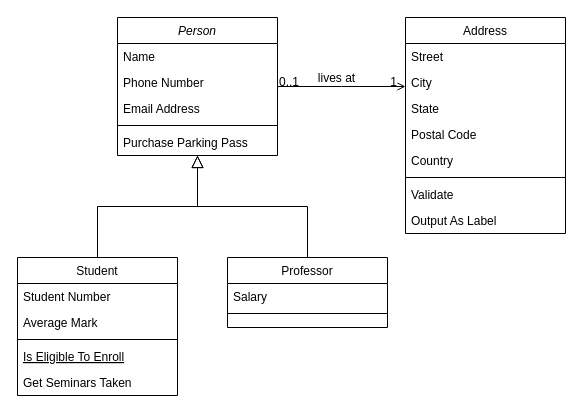
Earlier version of the draw.io diagram Untitled Diagram.drawio (discospiff/GitHubActionsDemo). Source tidied: cells renumbered, new cells numbered last; positions are measured from the earlier drawing's top-left corner, leaving out a move shared by most shapes. Both pictures are drawn from the tidied source at 100%, with x=0, y=0 at pixel (17, 17).
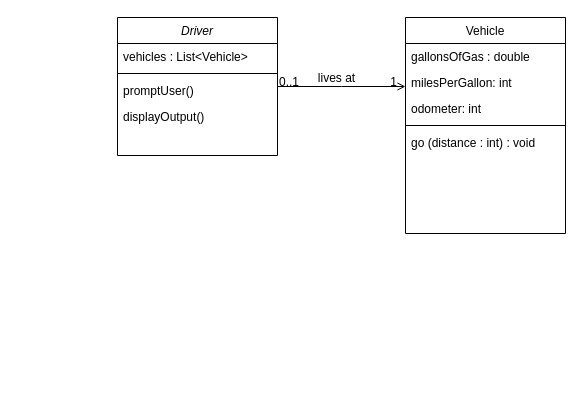
Above is the later version.

Commit message (it also covers changes not shown here):
GH Actions Class Diagram

Change to the diagram source:
```diff
@@
-    <mxCell id="2" value="Person" style="swimlane;fontStyle=2;align=center;verticalAlign=top;horizontal=1;startSize=26;rounded=0;shadow=0;strokeWidth=1;" parent="1" vertex="1">
+    <mxCell id="2" value="Driver" style="swimlane;fontStyle=2;align=center;verticalAlign=top;horizontal=1;startSize=26;rounded=0;shadow=0;strokeWidth=1;" parent="1" vertex="1">
       <mxGeometry x="100" width="160" height="138" as="geometry" />
     </mxCell>
-    <mxCell id="3" value="Name" style="text;align=left;verticalAlign=top;spacingLeft=4;spacingRight=4;overflow=hidden;" parent="2" vertex="1">
-      <mxGeometry y="26" width="160" height="26" as="geometry" />
-    </mxCell>
-    <mxCell id="4" value="Phone Number" style="text;align=left;verticalAlign=top;spacingLeft=4;spacingRight=4;overflow=hidden;rounded=0;shadow=0;html=0;" parent="2" vertex="1">
-      <mxGeometry y="52" width="160" height="26" as="geometry" />
+    <mxCell id="4" value="vehicles : List&lt;Vehicle&gt;" style="text;align=left;verticalAlign=top;spacingLeft=4;spacingRight=4;overflow=hidden;rounded=0;shadow=0;html=0;" parent="2" vertex="1">
+      <mxGeometry y="26" width="160" height="26" as="geometry" />
     </mxCell>
-    <mxCell id="5" value="Email Address" style="text;align=left;verticalAlign=top;spacingLeft=4;spacingRight=4;overflow=hidden;rounded=0;shadow=0;html=0;" parent="2" vertex="1">
-      <mxGeometry y="78" width="160" height="26" as="geometry" />
-    </mxCell>
     <mxCell id="6" style="line;html=1;strokeWidth=1;align=left;verticalAlign=middle;spacingTop=-1;spacingLeft=3;spacingRight=3;labelPosition=right;" parent="2" vertex="1">
-      <mxGeometry y="104" width="160" height="8" as="geometry" />
+      <mxGeometry y="52" width="160" height="8" as="geometry" />
     </mxCell>
-    <mxCell id="7" value="Purchase Parking Pass" style="text;align=left;verticalAlign=top;spacingLeft=4;spacingRight=4;overflow=hidden;" parent="2" vertex="1">
-      <mxGeometry y="112" width="160" height="26" as="geometry" />
+    <mxCell id="7" value="promptUser()" style="text;align=left;verticalAlign=top;spacingLeft=4;spacingRight=4;overflow=hidden;" parent="2" vertex="1">
+      <mxGeometry y="60" width="160" height="26" as="geometry" />
     </mxCell>
-    <mxCell id="8" value="Student" style="swimlane;fontStyle=0;align=center;verticalAlign=top;horizontal=1;startSize=26;rounded=0;shadow=0;strokeWidth=1;" parent="1" vertex="1">
-      <mxGeometry y="240" width="160" height="138" as="geometry" />
-    </mxCell>
-    <mxCell id="9" value="Student Number" style="text;align=left;verticalAlign=top;spacingLeft=4;spacingRight=4;overflow=hidden;" parent="8" vertex="1">
-      <mxGeometry y="26" width="160" height="26" as="geometry" />
-    </mxCell>
-    <mxCell id="10" value="Average Mark" style="text;align=left;verticalAlign=top;spacingLeft=4;spacingRight=4;overflow=hidden;rounded=0;shadow=0;html=0;" parent="8" vertex="1">
-      <mxGeometry y="52" width="160" height="26" as="geometry" />
-    </mxCell>
-    <mxCell id="11" style="line;html=1;strokeWidth=1;align=left;verticalAlign=middle;spacingTop=-1;spacingLeft=3;spacingRight=3;labelPosition=right;" parent="8" vertex="1">
-      <mxGeometry y="78" width="160" height="8" as="geometry" />
-    </mxCell>
-    <mxCell id="12" value="Is Eligible To Enroll" style="text;align=left;verticalAlign=top;spacingLeft=4;spacingRight=4;overflow=hidden;fontStyle=4;" parent="8" vertex="1">
-      <mxGeometry y="86" width="160" height="26" as="geometry" />
-    </mxCell>
-    <mxCell id="13" value="Get Seminars Taken" style="text;align=left;verticalAlign=top;spacingLeft=4;spacingRight=4;overflow=hidden;" parent="8" vertex="1">
-      <mxGeometry y="112" width="160" height="26" as="geometry" />
-    </mxCell>
-    <mxCell id="14" style="endArrow=block;endSize=10;endFill=0;shadow=0;strokeWidth=1;rounded=0;edgeStyle=elbowEdgeStyle;elbow=vertical;" parent="1" edge="1" source="8" target="2">
-      <mxGeometry relative="1" as="geometry" />
-    </mxCell>
-    <mxCell id="15" value="Professor" style="swimlane;fontStyle=0;align=center;verticalAlign=top;horizontal=1;startSize=26;rounded=0;shadow=0;strokeWidth=1;" parent="1" vertex="1">
-      <mxGeometry x="210" y="240" width="160" height="70" as="geometry" />
-    </mxCell>
-    <mxCell id="16" value="Salary" style="text;align=left;verticalAlign=top;spacingLeft=4;spacingRight=4;overflow=hidden;" parent="15" vertex="1">
-      <mxGeometry y="26" width="160" height="26" as="geometry" />
-    </mxCell>
-    <mxCell id="17" style="line;html=1;strokeWidth=1;align=left;verticalAlign=middle;spacingTop=-1;spacingLeft=3;spacingRight=3;labelPosition=right;" parent="15" vertex="1">
-      <mxGeometry y="52" width="160" height="8" as="geometry" />
-    </mxCell>
-    <mxCell id="18" style="endArrow=block;endSize=10;endFill=0;shadow=0;strokeWidth=1;rounded=0;edgeStyle=elbowEdgeStyle;elbow=vertical;" parent="1" edge="1" source="15" target="2">
-      <mxGeometry relative="1" as="geometry" />
-    </mxCell>
+    <mxCell id="32" value="displayOutput()" style="text;align=left;verticalAlign=top;spacingLeft=4;spacingRight=4;overflow=hidden;" parent="2" vertex="1">
+      <mxGeometry y="86" width="160" height="26" as="geometry" />
+    </mxCell>
-    <mxCell id="19" value="Address" style="swimlane;fontStyle=0;align=center;verticalAlign=top;horizontal=1;startSize=26;rounded=0;shadow=0;strokeWidth=1;" parent="1" vertex="1">
+    <mxCell id="19" value="Vehicle" style="swimlane;fontStyle=0;align=center;verticalAlign=top;horizontal=1;startSize=26;rounded=0;shadow=0;strokeWidth=1;" parent="1" vertex="1">
       <mxGeometry x="388" width="160" height="216" as="geometry" />
     </mxCell>
-    <mxCell id="20" value="Street" style="text;align=left;verticalAlign=top;spacingLeft=4;spacingRight=4;overflow=hidden;" parent="19" vertex="1">
+    <mxCell id="20" value="gallonsOfGas : double" style="text;align=left;verticalAlign=top;spacingLeft=4;spacingRight=4;overflow=hidden;" parent="19" vertex="1">
       <mxGeometry y="26" width="160" height="26" as="geometry" />
     </mxCell>
-    <mxCell id="21" value="City" style="text;align=left;verticalAlign=top;spacingLeft=4;spacingRight=4;overflow=hidden;rounded=0;shadow=0;html=0;" parent="19" vertex="1">
+    <mxCell id="21" value="milesPerGallon: int" style="text;align=left;verticalAlign=top;spacingLeft=4;spacingRight=4;overflow=hidden;rounded=0;shadow=0;html=0;" parent="19" vertex="1">
       <mxGeometry y="52" width="160" height="26" as="geometry" />
     </mxCell>
-    <mxCell id="22" value="State" style="text;align=left;verticalAlign=top;spacingLeft=4;spacingRight=4;overflow=hidden;rounded=0;shadow=0;html=0;" parent="19" vertex="1">
+    <mxCell id="22" value="odometer: int" style="text;align=left;verticalAlign=top;spacingLeft=4;spacingRight=4;overflow=hidden;rounded=0;shadow=0;html=0;" parent="19" vertex="1">
       <mxGeometry y="78" width="160" height="26" as="geometry" />
     </mxCell>
-    <mxCell id="23" value="Postal Code" style="text;align=left;verticalAlign=top;spacingLeft=4;spacingRight=4;overflow=hidden;rounded=0;shadow=0;html=0;" parent="19" vertex="1">
-      <mxGeometry y="104" width="160" height="26" as="geometry" />
-    </mxCell>
-    <mxCell id="24" value="Country" style="text;align=left;verticalAlign=top;spacingLeft=4;spacingRight=4;overflow=hidden;rounded=0;shadow=0;html=0;" parent="19" vertex="1">
-      <mxGeometry y="130" width="160" height="26" as="geometry" />
-    </mxCell>
     <mxCell id="25" style="line;html=1;strokeWidth=1;align=left;verticalAlign=middle;spacingTop=-1;spacingLeft=3;spacingRight=3;labelPosition=right;" parent="19" vertex="1">
-      <mxGeometry y="156" width="160" height="8" as="geometry" />
+      <mxGeometry y="104" width="160" height="8" as="geometry" />
     </mxCell>
-    <mxCell id="26" value="Validate" style="text;align=left;verticalAlign=top;spacingLeft=4;spacingRight=4;overflow=hidden;" parent="19" vertex="1">
-      <mxGeometry y="164" width="160" height="26" as="geometry" />
+    <mxCell id="26" value="go (distance : int) : void" style="text;align=left;verticalAlign=top;spacingLeft=4;spacingRight=4;overflow=hidden;" parent="19" vertex="1">
+      <mxGeometry y="112" width="160" height="26" as="geometry" />
     </mxCell>
-    <mxCell id="27" value="Output As Label" style="text;align=left;verticalAlign=top;spacingLeft=4;spacingRight=4;overflow=hidden;" parent="19" vertex="1">
-      <mxGeometry y="190" width="160" height="26" as="geometry" />
-    </mxCell>
```
